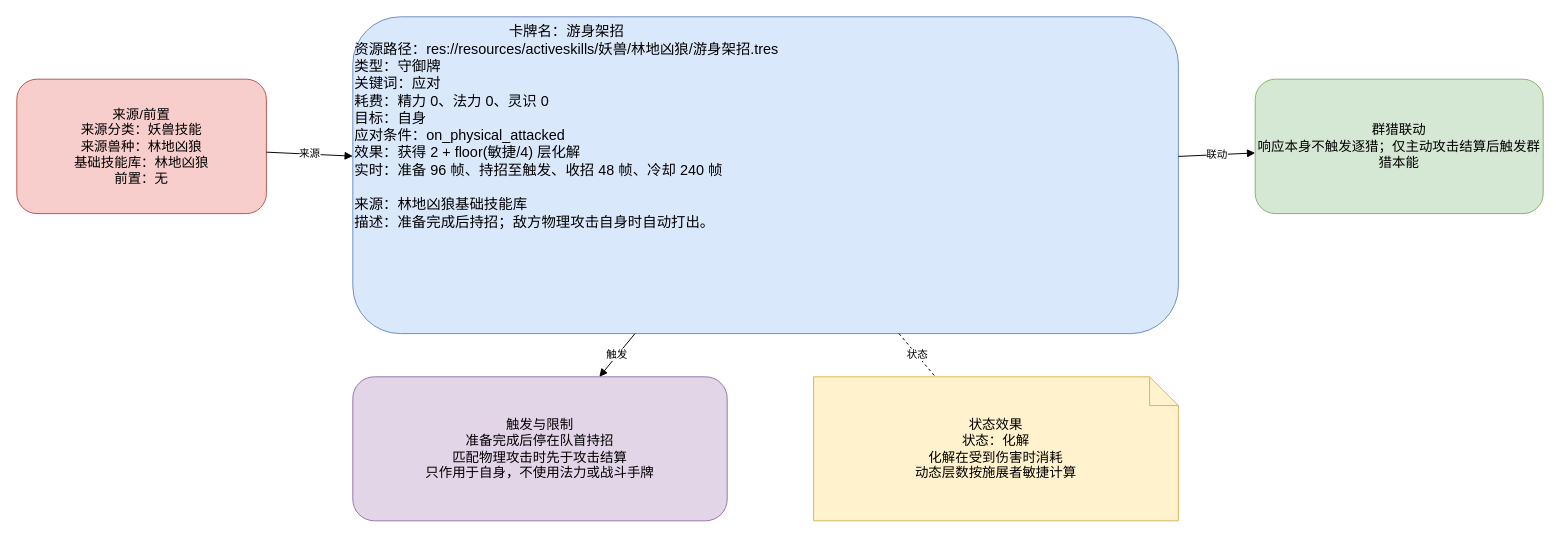
Earlier version of the draw.io diagram docs/卡牌词典/妖兽/林地凶狼/游身架招.drawio (ankundanetracyc-spec/tian-guan-you-du). Source tidied: cells renumbered, new cells numbered last; positions are measured from the earlier drawing's top-left corner, leaving out a move shared by most shapes. Both pictures are drawn from the tidied source at 96%, with x=0, y=0 at pixel (16, 16).
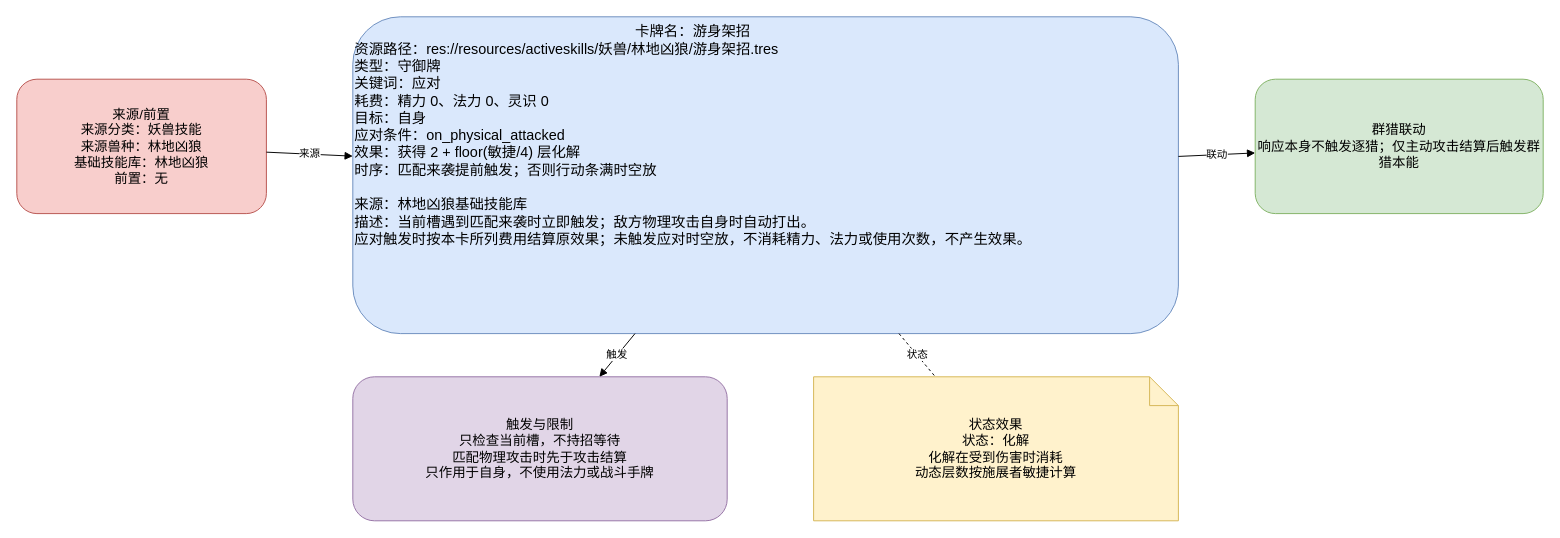
The same diagram, later.

What changed in the source:
```diff
@@
 <mxGraphModel>
   <root>
     <mxCell id="0" />
     <mxCell id="1" parent="0" />
-    <mxCell id="2" value="&lt;div style=&quot;text-align:center;&quot;&gt;卡牌名：游身架招&lt;/div&gt;&lt;div style=&quot;text-align:left;&quot;&gt;资源路径：res://resources/activeskills/妖兽/林地凶狼/游身架招.tres&lt;br&gt;类型：守御牌&lt;br&gt;关键词：应对&lt;br&gt;耗费：精力 0、法力 0、灵识 0&lt;br&gt;目标：自身&lt;br&gt;应对条件：on_physical_attacked&lt;br&gt;效果：获得 2 + floor(敏捷/4) 层化解&lt;br&gt;实时：准备 96 帧、持招至触发、收招 48 帧、冷却 240 帧&lt;/div&gt;&lt;br&gt;来源：林地凶狼基础技能库&lt;br&gt;描述：准备完成后持招；敌方物理攻击自身时自动打出。" style="rounded=1;whiteSpace=wrap;html=1;fillColor=#dae8fc;strokeColor=#6c8ebf;fontSize=15;align=left;verticalAlign=top;" parent="1" vertex="1">
+    <mxCell id="2" value="&lt;div style=&quot;text-align:center;&quot;&gt;卡牌名：游身架招&lt;/div&gt;&lt;div style=&quot;text-align:left;&quot;&gt;资源路径：res://resources/activeskills/妖兽/林地凶狼/游身架招.tres&lt;br&gt;类型：守御牌&lt;br&gt;关键词：应对&lt;br&gt;耗费：精力 0、法力 0、灵识 0&lt;br&gt;目标：自身&lt;br&gt;应对条件：on_physical_attacked&lt;br&gt;效果：获得 2 + floor(敏捷/4) 层化解&lt;br&gt;时序：匹配来袭提前触发；否则行动条满时空放&lt;/div&gt;&lt;br&gt;来源：林地凶狼基础技能库&lt;br&gt;描述：当前槽遇到匹配来袭时立即触发；敌方物理攻击自身时自动打出。&lt;br&gt;应对触发时按本卡所列费用结算原效果；未触发应对时空放，不消耗精力、法力或使用次数，不产生效果。" style="rounded=1;whiteSpace=wrap;html=1;fillColor=#dae8fc;strokeColor=#6c8ebf;fontSize=15;align=left;verticalAlign=top;" parent="1" vertex="1">
       <mxGeometry x="350" width="860" height="330" as="geometry" />
     </mxCell>
     <mxCell id="3" value="来源/前置&#10;来源分类：妖兽技能&#10;来源兽种：林地凶狼&#10;基础技能库：林地凶狼&#10;前置：无" style="rounded=1;whiteSpace=wrap;html=1;fillColor=#f8cecc;strokeColor=#b85450;fontSize=14;" parent="1" vertex="1">
       <mxGeometry y="65" width="260" height="140" as="geometry" />
     </mxCell>
     <mxCell id="4" value="群猎联动&#10;响应本身不触发逐猎；仅主动攻击结算后触发群猎本能" style="rounded=1;whiteSpace=wrap;html=1;fillColor=#d5e8d4;strokeColor=#82b366;fontSize=14;" parent="1" vertex="1">
       <mxGeometry x="1290" y="65" width="300" height="140" as="geometry" />
     </mxCell>
-    <mxCell id="5" value="触发与限制&#10;准备完成后停在队首持招&#10;匹配物理攻击时先于攻击结算&#10;只作用于自身，不使用法力或战斗手牌" style="rounded=1;whiteSpace=wrap;html=1;fillColor=#e1d5e7;strokeColor=#9673a6;fontSize=14;" parent="1" vertex="1">
+    <mxCell id="5" value="触发与限制&#10;只检查当前槽，不持招等待&#10;匹配物理攻击时先于攻击结算&#10;只作用于自身，不使用法力或战斗手牌" style="rounded=1;whiteSpace=wrap;html=1;fillColor=#e1d5e7;strokeColor=#9673a6;fontSize=14;" parent="1" vertex="1">
       <mxGeometry x="350" y="375" width="390" height="150" as="geometry" />
     </mxCell>
     <mxCell id="6" value="状态效果&#10;状态：化解&#10;化解在受到伤害时消耗&#10;动态层数按施展者敏捷计算" style="shape=note;whiteSpace=wrap;html=1;fillColor=#fff2cc;strokeColor=#d6b656;fontSize=14;" parent="1" vertex="1">
       <mxGeometry x="830" y="375" width="380" height="150" as="geometry" />
     </mxCell>
     <mxCell id="7" value="来源" style="endArrow=block;html=1;rounded=0;" parent="1" edge="1" source="3" target="2">
       <mxGeometry relative="1" as="geometry" />
     </mxCell>
     <mxCell id="8" value="联动" style="endArrow=block;html=1;rounded=0;" parent="1" edge="1" source="2" target="4">
       <mxGeometry relative="1" as="geometry" />
     </mxCell>
     <mxCell id="9" value="触发" style="endArrow=block;html=1;rounded=0;" parent="1" edge="1" source="2" target="5">
       <mxGeometry relative="1" as="geometry" />
     </mxCell>
     <mxCell id="10" value="状态" style="endArrow=none;dashed=1;html=1;" parent="1" edge="1" source="2" target="6">
       <mxGeometry relative="1" as="geometry" />
     </mxCell>
   </root>
 </mxGraphModel>
```
